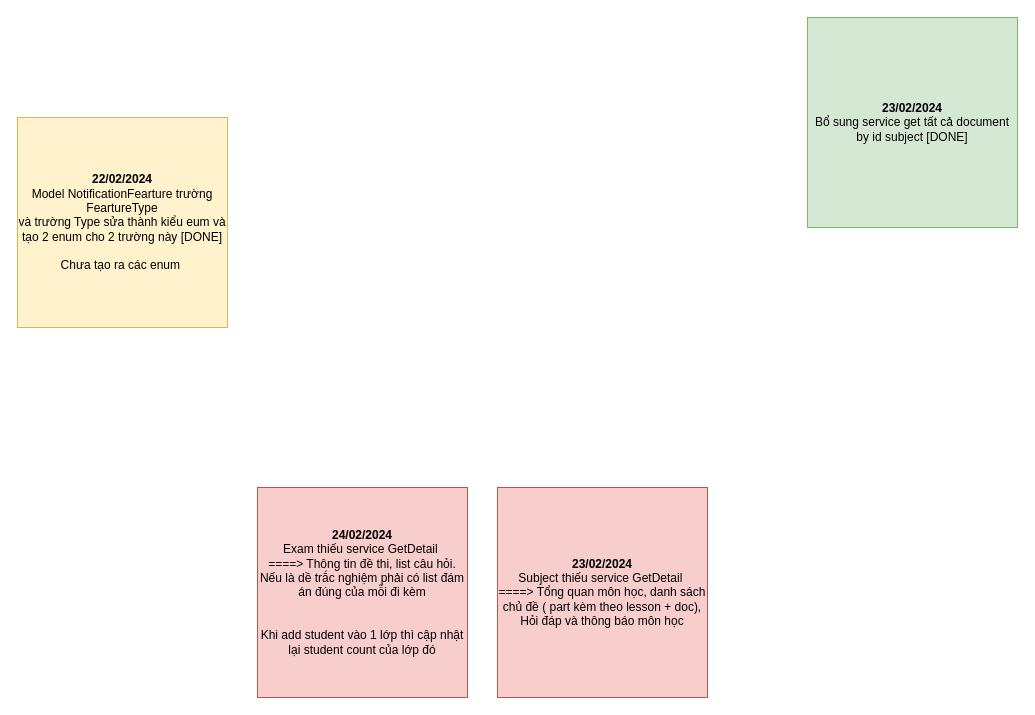
Earlier version of the draw.io diagram page "Note" (3 of 3) of Internship_BACKEND_2024_02_02.01.2024_LamSamChan_LMS - Elibrary_Diagram.drawio (LamSamChan/LMS_ELibrary_BE_Intern_Alta). Source tidied: cells renumbered, new cells numbered last; positions are measured from the earlier drawing's top-left corner, leaving out a move shared by most shapes. Both pictures are drawn from the tidied source at 100%, with x=0, y=0 at pixel (17, 17).
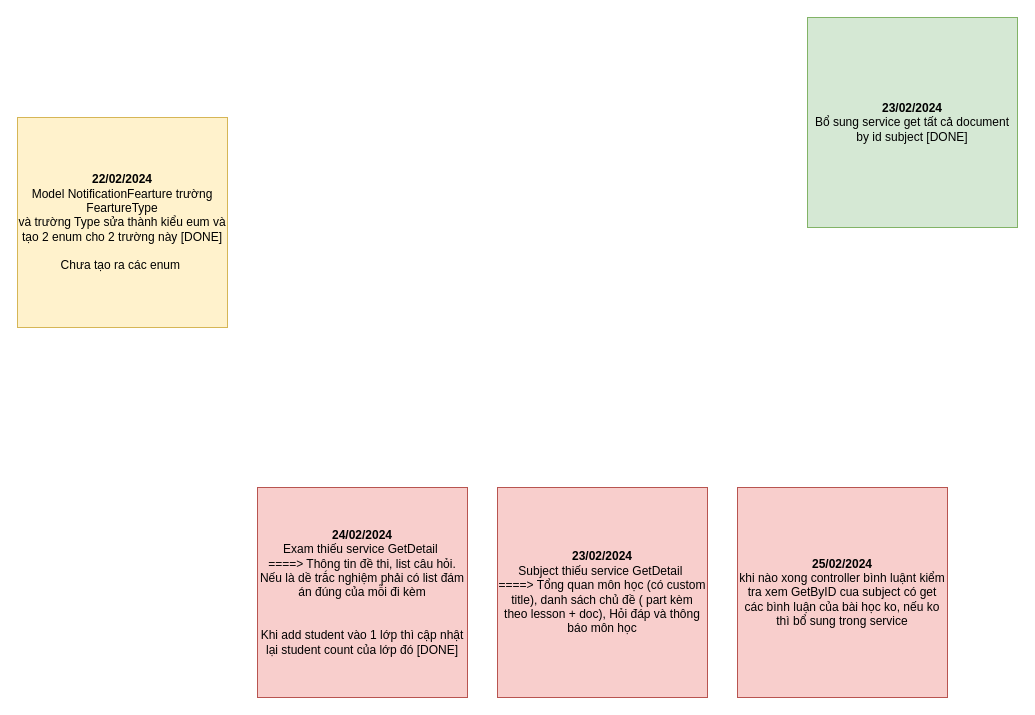
The same page after the edit.

Change to the diagram source:
```diff
@@
 <mxGraphModel>
   <root>
     <mxCell id="0" />
     <mxCell id="1" parent="0" />
     <mxCell id="2" value="&lt;b&gt;22/02/2024&lt;br&gt;&lt;/b&gt;Model NotificationFearture trường FeartureType&lt;br&gt;và trường Type sửa thành kiểu eum và tạo 2 enum cho 2 trường này [DONE]&lt;br&gt;&lt;br&gt;Chưa tạo ra các enum&amp;nbsp;" style="whiteSpace=wrap;html=1;fillColor=#fff2cc;strokeColor=#d6b656;" parent="1" vertex="1">
       <mxGeometry y="100" width="210" height="210" as="geometry" />
     </mxCell>
     <mxCell id="3" value="&lt;b&gt;23/02/2024&lt;br&gt;&lt;/b&gt;Bổ sung service get tất cả document by id subject [DONE]" style="whiteSpace=wrap;html=1;fillColor=#d5e8d4;strokeColor=#82b366;" parent="1" vertex="1">
       <mxGeometry x="790" width="210" height="210" as="geometry" />
     </mxCell>
-    <mxCell id="4" value="&lt;b&gt;23/02/2024&lt;br&gt;&lt;/b&gt;Subject thiếu service GetDetail&amp;nbsp;&lt;br&gt;====&amp;gt; Tổng quan môn học, danh sách chủ đề ( part kèm theo lesson + doc), Hỏi đáp và thông báo môn học" style="whiteSpace=wrap;html=1;fillColor=#f8cecc;strokeColor=#b85450;" parent="1" vertex="1">
+    <mxCell id="4" value="&lt;b&gt;23/02/2024&lt;br&gt;&lt;/b&gt;Subject thiếu service GetDetail&amp;nbsp;&lt;br&gt;====&amp;gt; Tổng quan môn học (có custom title), danh sách chủ đề ( part kèm theo lesson + doc), Hỏi đáp và thông báo môn học" style="whiteSpace=wrap;html=1;fillColor=#f8cecc;strokeColor=#b85450;" parent="1" vertex="1">
       <mxGeometry x="480" y="470" width="210" height="210" as="geometry" />
     </mxCell>
-    <mxCell id="5" value="&lt;b&gt;24/02/2024&lt;br&gt;&lt;/b&gt;Exam thiếu service GetDetail&amp;nbsp;&lt;br&gt;====&amp;gt; Thông tin đề thi, list câu hỏi. Nếu là dề trắc nghiệm phải có list đám án đúng của mỗi đi kèm&lt;br&gt;&lt;br&gt;&lt;br&gt;Khi add student vào 1 lớp thì cập nhật lại student count của lớp đó" style="whiteSpace=wrap;html=1;fillColor=#f8cecc;strokeColor=#b85450;" parent="1" vertex="1">
+    <mxCell id="5" value="&lt;b&gt;24/02/2024&lt;br&gt;&lt;/b&gt;Exam thiếu service GetDetail&amp;nbsp;&lt;br&gt;====&amp;gt; Thông tin đề thi, list câu hỏi. Nếu là dề trắc nghiệm phải có list đám án đúng của mỗi đi kèm&lt;br&gt;&lt;br&gt;&lt;br&gt;Khi add student vào 1 lớp thì cập nhật lại student count của lớp đó [DONE]" style="whiteSpace=wrap;html=1;fillColor=#f8cecc;strokeColor=#b85450;" parent="1" vertex="1">
       <mxGeometry x="240" y="470" width="210" height="210" as="geometry" />
     </mxCell>
+    <mxCell id="6" value="&lt;b&gt;25/02/2024&lt;br&gt;&lt;/b&gt;khi nào xong controller bình luậnt kiểm tra xem GetByID cua subject có get các bình luận của bài học ko, nếu ko thì bổ sung trong service" style="whiteSpace=wrap;html=1;fillColor=#f8cecc;strokeColor=#b85450;" parent="1" vertex="1">
+      <mxGeometry x="720" y="470" width="210" height="210" as="geometry" />
+    </mxCell>
   </root>
 </mxGraphModel>
```
